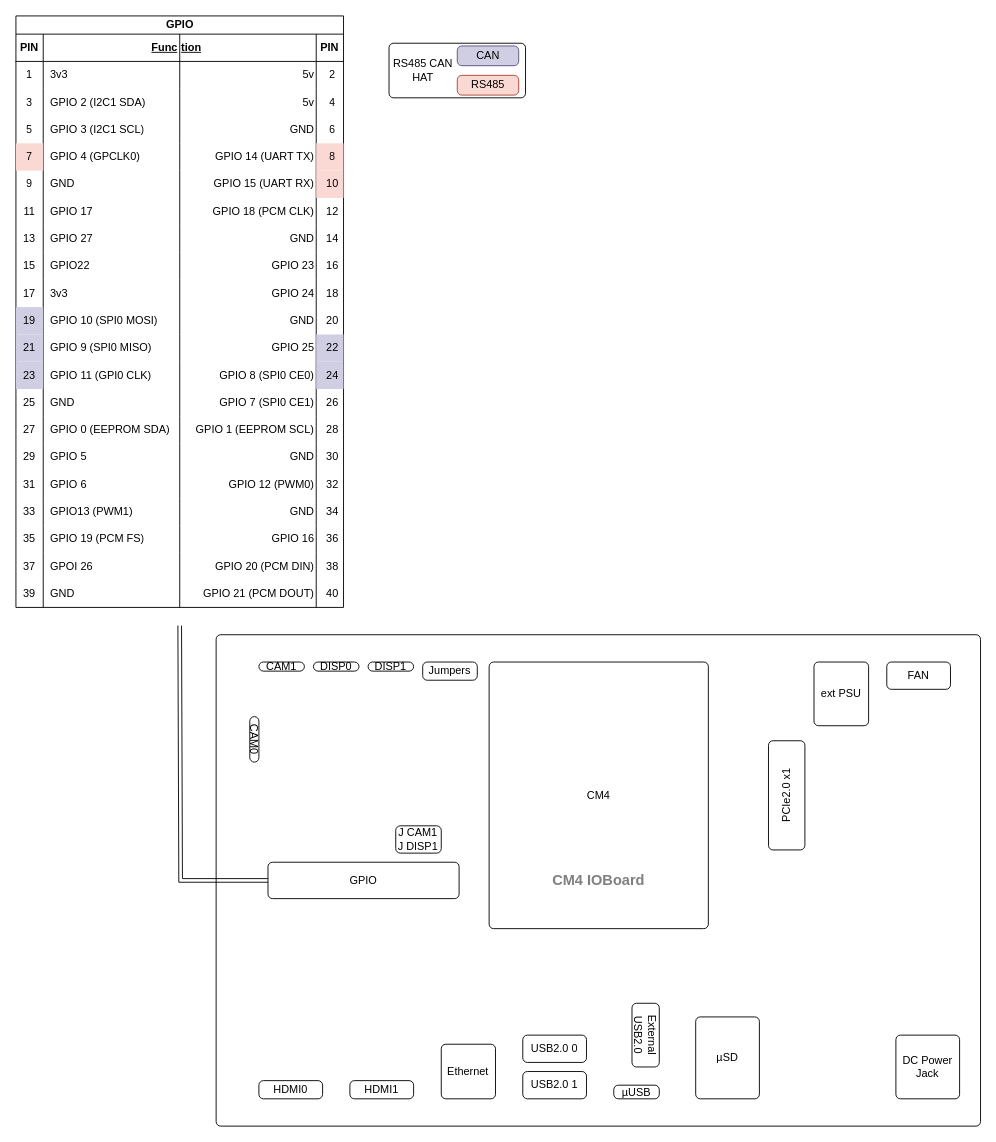
Above: schematics/OSVIS Wiring.drawio in Chaos02/OSVIS (draw.io), before the change. Source tidied: cells renumbered, new cells numbered last; positions are measured from the earlier drawing's top-left corner, leaving out a move shared by most shapes. Both pictures are drawn from the tidied source at 91%, with x=0, y=0 at pixel (15, 15).
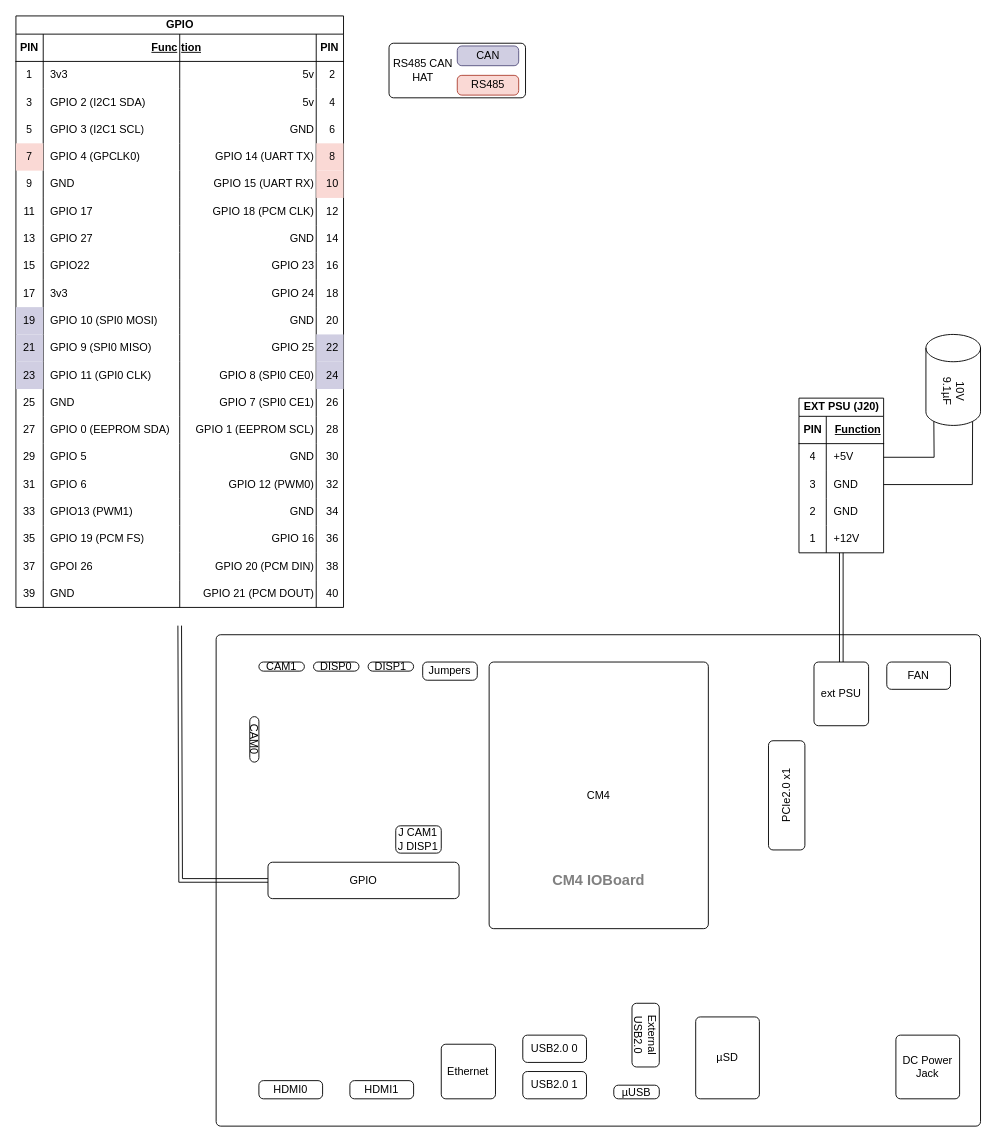
After the change.

Commit message:
Wiring.drawio: added capacitor for voltage smoothing on USB DAC power supply

The change refers to these unchanged cells:
```xml
<mxCell id="18" value="ext PSU" style="rounded=1;absoluteArcSize=1;html=1;arcSize=10;whiteSpace=wrap;points=[];strokeColor=inherit;fillColor=inherit;rotation=0;" parent="2" vertex="1">
  <mxGeometry x="657" y="30" width="60" height="70" as="geometry" />
</mxCell>
```

Diff of the diagram source:
```diff
@@
+    <mxCell id="135" value="EXT PSU (J20)" style="shape=table;startSize=20;childLayout=tableLayout;rowLines=0;fontStyle=1;align=center;html=1;fontSize=12;" parent="1" vertex="1">
+      <mxGeometry x="860.5" y="420" width="93" height="170" as="geometry" />
+    </mxCell>
+    <mxCell id="136" style="shape=tableRow;horizontal=0;startSize=0;swimlaneHead=0;swimlaneBody=0;fillColor=none;top=0;left=0;right=0;bottom=1;" parent="135" vertex="1">
+      <mxGeometry y="20" width="93" height="30" as="geometry" />
+    </mxCell>
+    <mxCell id="137" value="PIN" style="shape=partialRectangle;fillColor=none;top=0;left=0;bottom=0;right=0;fontStyle=1;overflow=hidden;whiteSpace=wrap;html=1;" parent="136" vertex="1">
+      <mxGeometry width="30" height="30" as="geometry" />
+    </mxCell>
+    <mxCell id="138" value="Function" style="shape=partialRectangle;fillColor=none;top=0;left=0;bottom=0;right=0;align=center;spacingLeft=6;fontStyle=5;overflow=hidden;whiteSpace=wrap;html=1;" parent="136" vertex="1">
+      <mxGeometry x="30" width="63" height="30" as="geometry" />
+    </mxCell>
+    <mxCell id="139" style="shape=tableRow;horizontal=0;startSize=0;swimlaneHead=0;swimlaneBody=0;fillColor=none;points=[[0,0.5],[1,0.5]];portConstraint=eastwest;top=0;left=0;right=0;bottom=0;" parent="135" vertex="1">
+      <mxGeometry y="50" width="93" height="30" as="geometry" />
+    </mxCell>
+    <mxCell id="140" value="4" style="shape=partialRectangle;fillColor=none;top=0;left=0;bottom=0;right=0;overflow=hidden;whiteSpace=wrap;html=1;" parent="139" vertex="1">
+      <mxGeometry width="30" height="30" as="geometry" />
+    </mxCell>
+    <mxCell id="141" value="+5V" style="shape=partialRectangle;fillColor=none;top=0;left=0;bottom=0;right=0;align=left;spacingLeft=6;overflow=hidden;whiteSpace=wrap;html=1;" parent="139" vertex="1">
+      <mxGeometry x="30" width="63" height="30" as="geometry" />
+    </mxCell>
+    <mxCell id="142" style="shape=tableRow;horizontal=0;startSize=0;swimlaneHead=0;swimlaneBody=0;fillColor=none;points=[[0,0.5],[1,0.5]];portConstraint=eastwest;top=0;left=0;right=0;bottom=0;" parent="135" vertex="1">
+      <mxGeometry y="80" width="93" height="30" as="geometry" />
+    </mxCell>
+    <mxCell id="143" value="3" style="shape=partialRectangle;fillColor=none;top=0;left=0;bottom=0;right=0;overflow=hidden;whiteSpace=wrap;html=1;" parent="142" vertex="1">
+      <mxGeometry width="30" height="30" as="geometry" />
+    </mxCell>
+    <mxCell id="144" value="GND" style="shape=partialRectangle;fillColor=none;top=0;left=0;bottom=0;right=0;align=left;spacingLeft=6;overflow=hidden;whiteSpace=wrap;html=1;" parent="142" vertex="1">
+      <mxGeometry x="30" width="63" height="30" as="geometry" />
+    </mxCell>
+    <mxCell id="145" style="shape=tableRow;horizontal=0;startSize=0;swimlaneHead=0;swimlaneBody=0;fillColor=none;top=0;left=0;right=0;bottom=0;" parent="135" vertex="1">
+      <mxGeometry y="110" width="93" height="30" as="geometry" />
+    </mxCell>
+    <mxCell id="146" value="2" style="shape=partialRectangle;fillColor=none;top=0;left=0;bottom=0;right=0;overflow=hidden;whiteSpace=wrap;html=1;" parent="145" vertex="1">
+      <mxGeometry width="30" height="30" as="geometry" />
+    </mxCell>
+    <mxCell id="147" value="GND" style="shape=partialRectangle;fillColor=none;top=0;left=0;bottom=0;right=0;align=left;spacingLeft=6;overflow=hidden;whiteSpace=wrap;html=1;" parent="145" vertex="1">
+      <mxGeometry x="30" width="63" height="30" as="geometry" />
+    </mxCell>
+    <mxCell id="148" style="shape=tableRow;horizontal=0;startSize=0;swimlaneHead=0;swimlaneBody=0;fillColor=none;top=0;left=0;right=0;bottom=0;" parent="135" vertex="1">
+      <mxGeometry y="140" width="93" height="30" as="geometry" />
+    </mxCell>
+    <mxCell id="149" value="1" style="shape=partialRectangle;top=0;left=0;bottom=0;right=0;overflow=hidden;whiteSpace=wrap;html=1;fillColor=none;" parent="148" vertex="1">
+      <mxGeometry width="30" height="30" as="geometry" />
+    </mxCell>
+    <mxCell id="150" value="+12V" style="shape=partialRectangle;fillColor=none;top=0;left=0;bottom=0;right=0;align=left;spacingLeft=6;overflow=hidden;whiteSpace=wrap;html=1;" parent="148" vertex="1">
+      <mxGeometry x="30" width="63" height="30" as="geometry" />
+    </mxCell>
+    <mxCell id="151" style="shape=link;html=1;rounded=0;" parent="1" edge="1" source="135" target="18">
+      <mxGeometry relative="1" as="geometry" />
+    </mxCell>
+    <mxCell id="152" value="10V&lt;br&gt;9.1µF" style="shape=cylinder3;whiteSpace=wrap;html=1;boundedLbl=1;backgroundOutline=1;size=15;textDirection=vertical-rl;" parent="1" vertex="1">
+      <mxGeometry x="1000" y="350" width="60" height="100" as="geometry" />
+    </mxCell>
+    <mxCell id="153" style="endArrow=none;html=1;rounded=0;exitX=0.145;exitY=1;exitDx=0;exitDy=-4.35;exitPerimeter=0;entryX=1;entryY=0.5;entryDx=0;entryDy=0;" parent="1" edge="1" source="152" target="139">
+      <mxGeometry relative="1" as="geometry">
+        <Array as="points">
+          <mxPoint x="1009" y="485" />
+        </Array>
+      </mxGeometry>
+    </mxCell>
+    <mxCell id="154" style="endArrow=none;html=1;rounded=0;exitX=0.855;exitY=1;exitDx=0;exitDy=-4.35;exitPerimeter=0;entryX=1;entryY=0.5;entryDx=0;entryDy=0;" parent="1" edge="1" source="152" target="142">
+      <mxGeometry relative="1" as="geometry">
+        <Array as="points">
+          <mxPoint x="1051" y="515" />
+        </Array>
+      </mxGeometry>
+    </mxCell>
```
